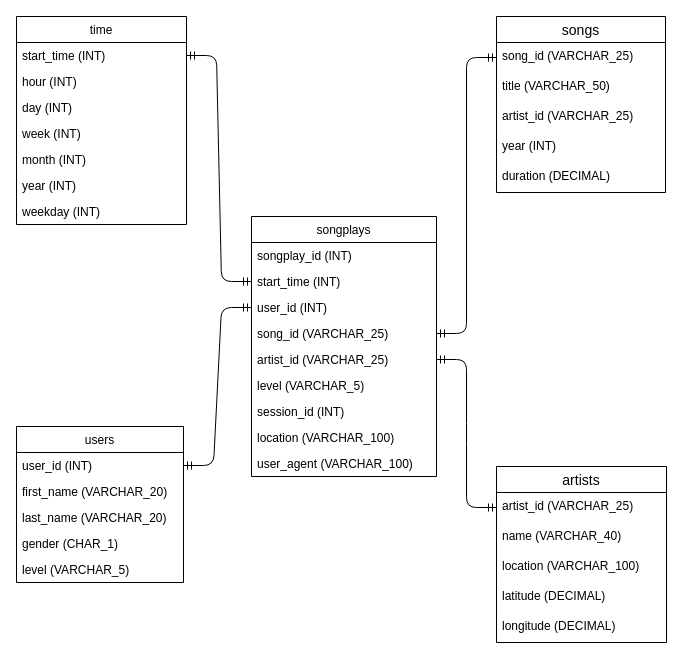
Before: song_analysis.drawio in yugyesh/song_analysis_warehouse, a draw.io diagram. Source tidied: cells renumbered, new cells numbered last; positions are measured from the earlier drawing's top-left corner, leaving out a move shared by most shapes. Both pictures are drawn from the tidied source at 100%, with x=0, y=0 at pixel (16, 16).
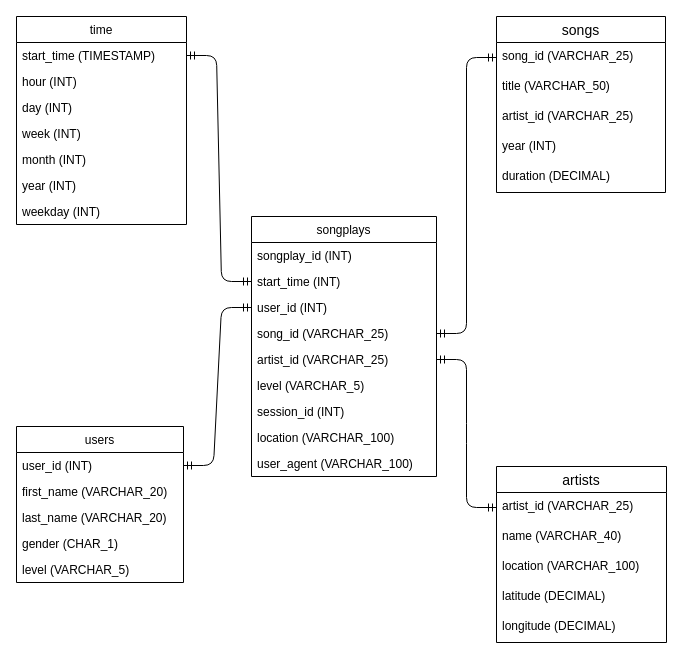
After the change.

Unchanged cells that the change refers to:
```xml
<mxCell id="32" value="time" style="swimlane;fontStyle=0;horizontal=1;startSize=26;" parent="1" vertex="1">
  <mxGeometry width="170" height="208" as="geometry" />
</mxCell>
```

Change to the diagram source:
```diff
@@
-    <mxCell id="33" value="start_time (INT)" style="text;strokeColor=none;fillColor=none;align=left;verticalAlign=top;spacingLeft=4;spacingRight=4;overflow=hidden;points=[[0,0.5],[1,0.5]];portConstraint=eastwest;" parent="32" vertex="1">
+    <mxCell id="33" value="start_time (TIMESTAMP)" style="text;strokeColor=none;fillColor=none;align=left;verticalAlign=top;spacingLeft=4;spacingRight=4;overflow=hidden;points=[[0,0.5],[1,0.5]];portConstraint=eastwest;" parent="32" vertex="1">
       <mxGeometry y="26" width="170" height="26" as="geometry" />
     </mxCell>
```
